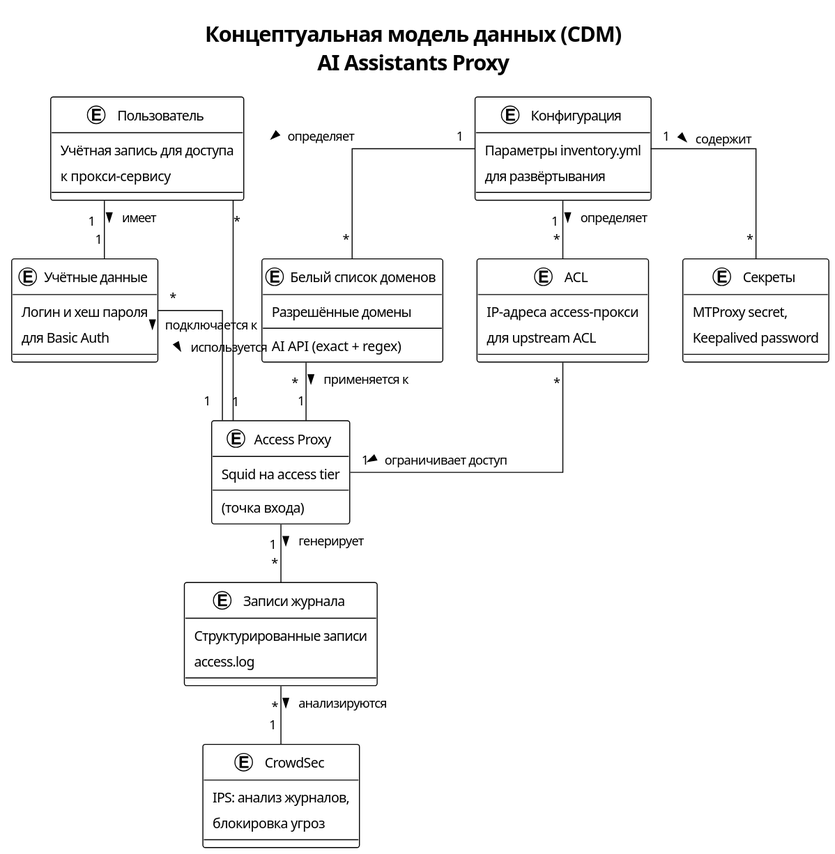
demofly/ai-proxy keeps this PlantUML diagram as docs/AA/DD/diagrams/DD-CDM.svg. Above is the earlier version.
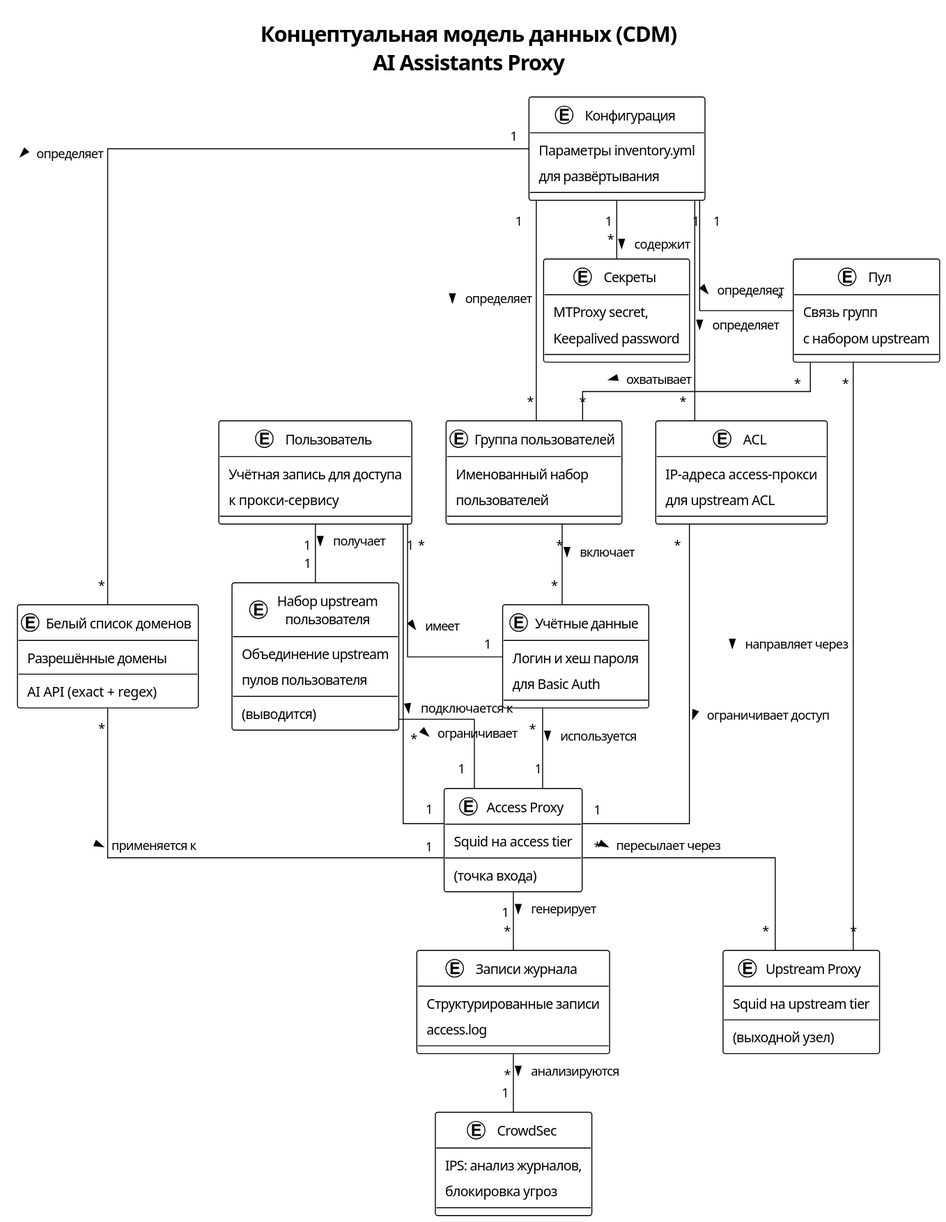
After the change.

What changed in the source:
```diff
@@ -51,6 +51,27 @@
   блокировка угроз
 }
 
+entity "Группа пользователей" as UserGroup {
+  Именованный набор
+  пользователей
+}
+
+entity "Пул" as Pool {
+  Связь групп
+  с набором upstream
+}
+
+entity "Набор upstream\nпользователя" as UserUpstreamSet {
+  Объединение upstream
+  пулов пользователя
+  (выводится)
+}
+
+entity "Upstream Proxy" as UpstreamProxy {
+  Squid на upstream tier
+  (выходной узел)
+}
+
 User "1" -- "1" Credential : имеет >
 Config "1" -- "*" DomainList : определяет >
 Config "1" -- "*" ACL : определяет >
@@ -61,4 +82,12 @@
 Credential "*" -- "1" AccessProxy : используется >
 DomainList "*" -- "1" AccessProxy : применяется к >
 ACL "*" -- "1" AccessProxy : ограничивает доступ >
+Config "1" -- "*" UserGroup : определяет >
+Config "1" -- "*" Pool : определяет >
+UserGroup "*" -- "*" Credential : включает >
+Pool "*" -- "*" UserGroup : охватывает >
+Pool "*" -- "*" UpstreamProxy : направляет через >
+User "1" -- "1" UserUpstreamSet : получает >
+UserUpstreamSet "*" -- "1" AccessProxy : ограничивает >
+AccessProxy "*" -- "*" UpstreamProxy : пересылает через >
 @enduml
```
